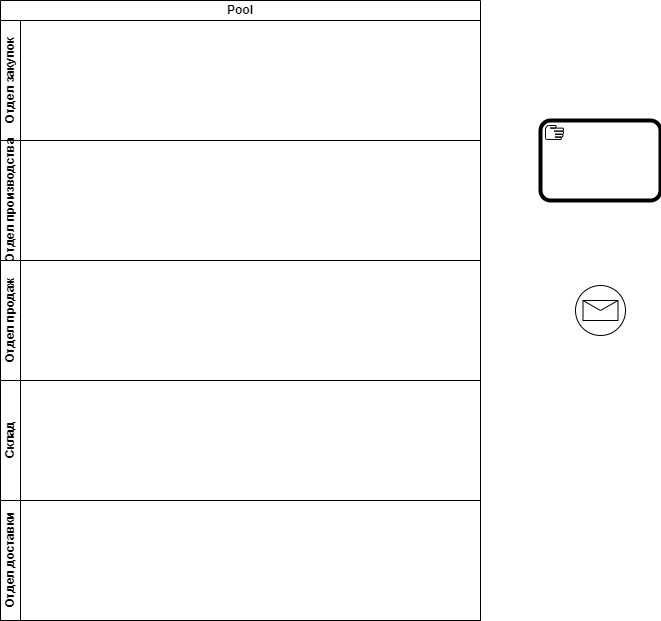
This is BPMN.drawio.png from SofiyaBrodnikova/-educational, a draw.io export, as it was before one commit. Source tidied: cells renumbered, new cells last; positions are measured from the earlier drawing's top-left corner, leaving out a move shared by most shapes.
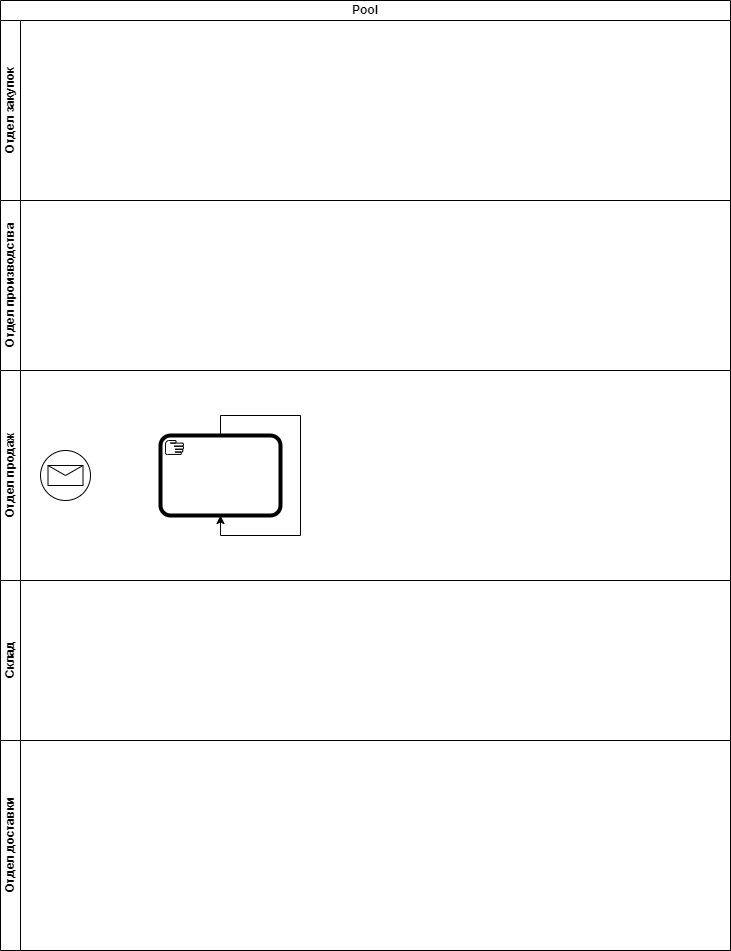
After the change.

Diff of the diagram source:
```diff
@@ -2,29 +2,32 @@
   <root>
     <mxCell id="0" />
     <mxCell id="1" parent="0" />
-    <mxCell id="2" style="shape=mxgraph.bpmn.event;html=1;verticalLabelPosition=bottom;labelBackgroundColor=#ffffff;verticalAlign=top;align=center;perimeter=ellipsePerimeter;outline=standard;symbol=message;" parent="1" vertex="1">
-      <mxGeometry x="575" y="285" width="50" height="50" as="geometry" />
-    </mxCell>
-    <mxCell id="3" style="points=[[0.25,0,0],[0.5,0,0],[0.75,0,0],[1,0.25,0],[1,0.5,0],[1,0.75,0],[0.75,1,0],[0.5,1,0],[0.25,1,0],[0,0.75,0],[0,0.5,0],[0,0.25,0]];shape=mxgraph.bpmn.task2;whiteSpace=wrap;rectStyle=rounded;size=10;html=1;bpmnShapeType=call;taskMarker=manual;" parent="1" vertex="1">
-      <mxGeometry x="540" y="120" width="120" height="80" as="geometry" />
-    </mxCell>
     <mxCell id="4" value="Pool" style="swimlane;html=1;horizontal=1;startSize=20;whiteSpace=wrap;" parent="1" vertex="1">
-      <mxGeometry width="480" height="620" as="geometry" />
+      <mxGeometry width="730" height="950" as="geometry" />
     </mxCell>
     <mxCell id="5" value="Отдел закупок" style="swimlane;html=1;startSize=20;horizontal=0;" parent="4" vertex="1">
-      <mxGeometry y="20" width="480" height="120" as="geometry" />
+      <mxGeometry y="20" width="730" height="180" as="geometry" />
     </mxCell>
     <mxCell id="6" value="Отдел производства" style="swimlane;html=1;startSize=20;horizontal=0;" parent="4" vertex="1">
-      <mxGeometry y="140" width="480" height="120" as="geometry" />
+      <mxGeometry y="200" width="730" height="170" as="geometry" />
     </mxCell>
     <mxCell id="7" value="Отдел продаж" style="swimlane;html=1;startSize=20;horizontal=0;" parent="4" vertex="1">
-      <mxGeometry y="260" width="480" height="120" as="geometry" />
+      <mxGeometry y="370" width="730" height="210" as="geometry" />
     </mxCell>
+    <mxCell id="3" style="points=[[0.25,0,0],[0.5,0,0],[0.75,0,0],[1,0.25,0],[1,0.5,0],[1,0.75,0],[0.75,1,0],[0.5,1,0],[0.25,1,0],[0,0.75,0],[0,0.5,0],[0,0.25,0]];shape=mxgraph.bpmn.task2;whiteSpace=wrap;rectStyle=rounded;size=10;html=1;bpmnShapeType=call;taskMarker=manual;" parent="7" vertex="1">
+      <mxGeometry x="160" y="65" width="120" height="80" as="geometry" />
+    </mxCell>
+    <mxCell id="10" style="edgeStyle=orthogonalEdgeStyle;rounded=0;orthogonalLoop=1;jettySize=auto;html=1;exitX=0.5;exitY=0;exitDx=0;exitDy=0;exitPerimeter=0;" parent="7" edge="1" source="3" target="3">
+      <mxGeometry relative="1" as="geometry" />
+    </mxCell>
+    <mxCell id="2" style="shape=mxgraph.bpmn.event;html=1;verticalLabelPosition=bottom;labelBackgroundColor=#ffffff;verticalAlign=top;align=center;perimeter=ellipsePerimeter;outline=standard;symbol=message;" parent="7" vertex="1">
+      <mxGeometry x="40" y="80" width="50" height="50" as="geometry" />
+    </mxCell>
     <mxCell id="8" value="Склад" style="swimlane;html=1;startSize=20;horizontal=0;" parent="4" vertex="1">
-      <mxGeometry y="380" width="480" height="120" as="geometry" />
+      <mxGeometry y="580" width="730" height="160" as="geometry" />
     </mxCell>
     <mxCell id="9" value="Отдел доставки" style="swimlane;html=1;startSize=20;horizontal=0;" parent="4" vertex="1">
-      <mxGeometry y="500" width="480" height="120" as="geometry" />
+      <mxGeometry y="740" width="730" height="210" as="geometry" />
     </mxCell>
   </root>
 </mxGraphModel>
```
